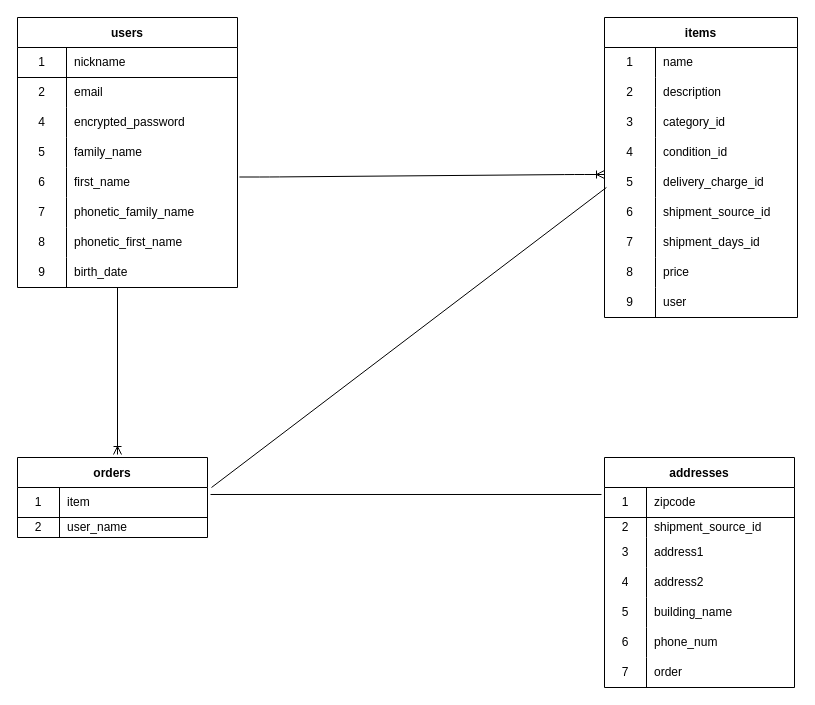
Before: er.dio in thr3eisl4nd/furima-37293, a draw.io diagram. Source tidied: cells renumbered, new cells numbered last; positions are measured from the earlier drawing's top-left corner, leaving out a move shared by most shapes. Both pictures are drawn from the tidied source at 100%, with x=0, y=0 at pixel (17, 17).
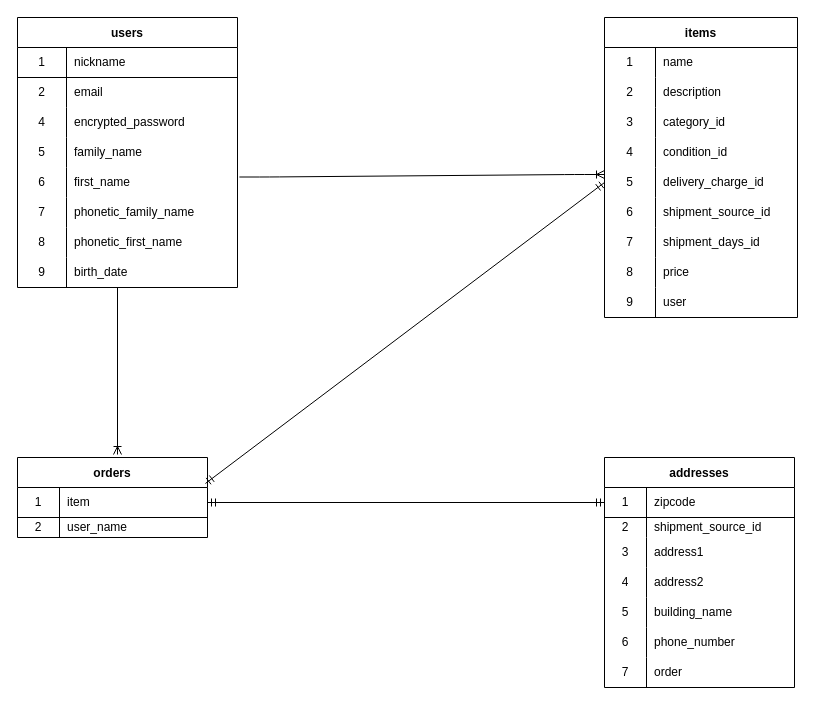
Above is the later version.

The change refers to these unchanged cells:
```xml
<mxCell id="40" style="shape=partialRectangle;html=1;whiteSpace=wrap;fillColor=none;top=0;left=0;bottom=0;right=0;points=[[0,0.5],[1,0.5]];portConstraint=eastwest;" parent="27" vertex="1">
  <mxGeometry y="150" width="193" height="30" as="geometry" />
</mxCell>
<mxCell id="56" style="shape=partialRectangle;html=1;whiteSpace=wrap;fillColor=none;top=0;left=0;bottom=1;right=0;points=[[0,0.5],[1,0.5]];portConstraint=eastwest;" parent="55" vertex="1">
  <mxGeometry y="30" width="190" height="30" as="geometry" />
</mxCell>
<mxCell id="63" style="shape=partialRectangle;html=1;whiteSpace=wrap;fillColor=none;top=0;left=0;bottom=1;right=0;points=[[0,0.5],[1,0.5]];portConstraint=eastwest;" parent="62" vertex="1">
  <mxGeometry y="30" width="190" height="30" as="geometry" />
</mxCell>
<mxCell id="78" style="shape=partialRectangle;html=1;whiteSpace=wrap;fillColor=none;top=0;left=0;bottom=0;right=0;" parent="62" vertex="1">
  <mxGeometry y="170" width="190" height="30" as="geometry" />
</mxCell>
```

What changed in the source:
```diff
@@
-    <mxCell id="80" value="phone_num" style="shape=partialRectangle;html=1;whiteSpace=wrap;fillColor=none;top=0;left=0;bottom=0;right=0;align=left;spacingLeft=6;overflow=hidden;" parent="78" vertex="1">
+    <mxCell id="80" value="phone_number" style="shape=partialRectangle;html=1;whiteSpace=wrap;fillColor=none;top=0;left=0;bottom=0;right=0;align=left;spacingLeft=6;overflow=hidden;" parent="78" vertex="1">
       <mxGeometry x="42" width="148" height="30" as="geometry" />
     </mxCell>
@@
-    <mxCell id="86" style="endArrow=none;html=1;rounded=0;entryX=0.01;entryY=1.033;entryDx=0;entryDy=0;entryPerimeter=0;exitX=1.021;exitY=0;exitDx=0;exitDy=0;exitPerimeter=0;" parent="1" edge="1" source="56">
-      <mxGeometry relative="1" as="geometry">
-        <mxPoint x="588.9" y="170" as="targetPoint" />
-      </mxGeometry>
-    </mxCell>
-    <mxCell id="87" style="endArrow=none;html=1;rounded=0;exitX=1.016;exitY=0.233;exitDx=0;exitDy=0;exitPerimeter=0;entryX=-0.016;entryY=0.233;entryDx=0;entryDy=0;entryPerimeter=0;" parent="1" edge="1" source="56" target="63">
+    <mxCell id="87" style="fontSize=12;html=1;endArrow=ERmandOne;startArrow=ERmandOne;entryX=0;entryY=0.5;entryDx=0;entryDy=0;exitX=1;exitY=0.5;exitDx=0;exitDy=0;" parent="1" edge="1" source="56" target="63">
       <mxGeometry relative="1" as="geometry" />
     </mxCell>
+    <mxCell id="88" style="fontSize=12;html=1;endArrow=ERmandOne;startArrow=ERmandOne;exitX=0.989;exitY=-0.133;exitDx=0;exitDy=0;entryX=0;entryY=0.5;entryDx=0;entryDy=0;exitPerimeter=0;" parent="1" edge="1" source="56" target="40">
+      <mxGeometry relative="1" as="geometry" />
+    </mxCell>
```
